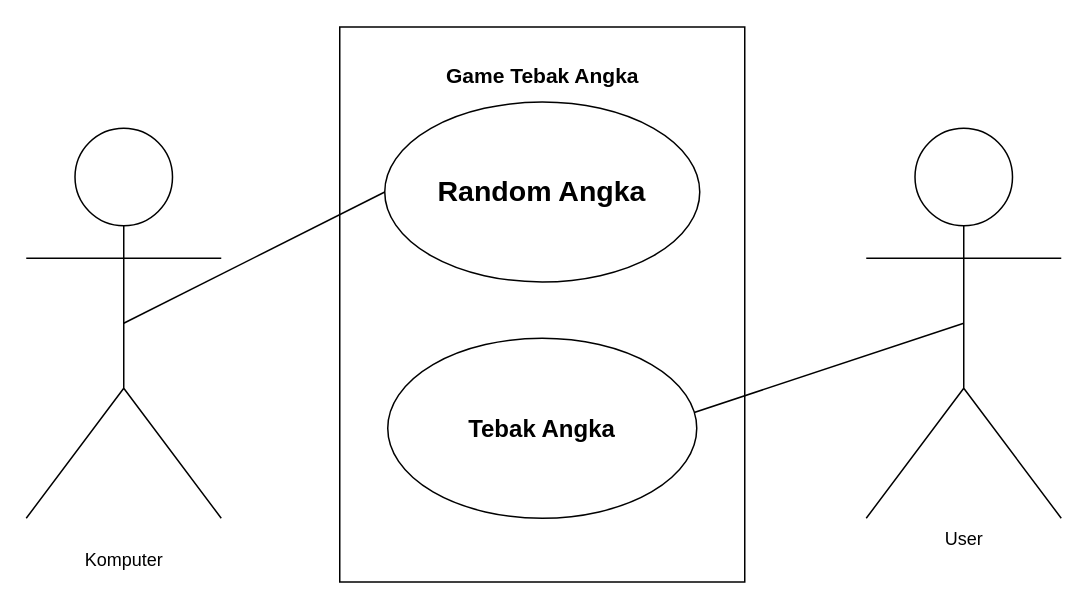
The draw.io diagram use-case.drawio in Ardiansyah05/jobsheet1, before the edit. Source tidied: cells renumbered, new cells numbered last; positions are measured from the earlier drawing's top-left corner, leaving out a move shared by most shapes. Both pictures are drawn from the tidied source at 150%, with x=0, y=0 at pixel (26, 52).
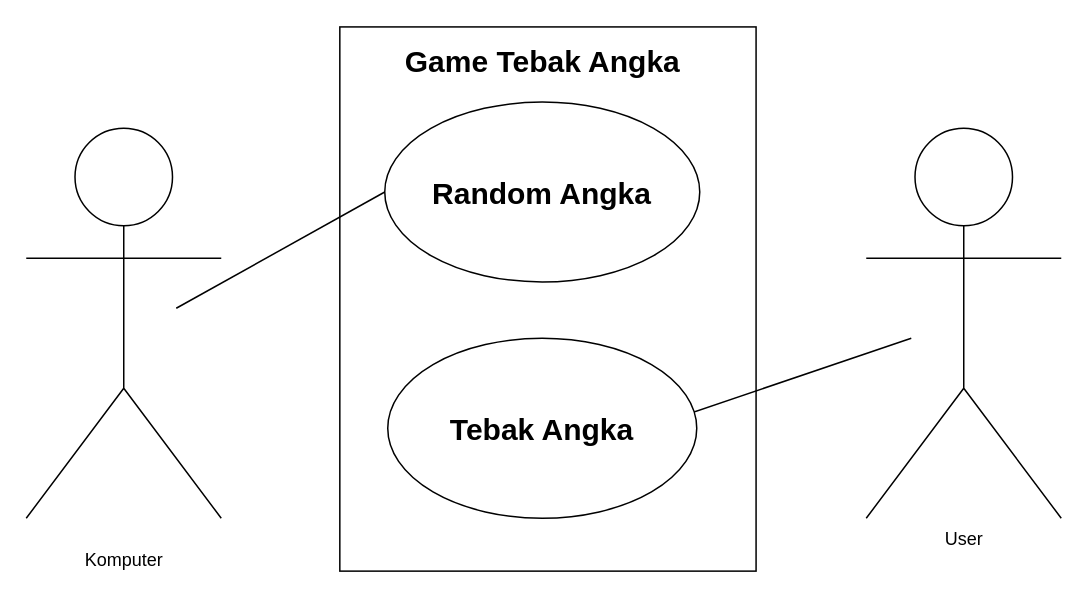
The same diagram, later.

What changed in the source:
```diff
@@
 <mxGraphModel>
   <root>
     <mxCell id="0" />
     <mxCell id="1" parent="0" />
     <mxCell id="2" value="&lt;br&gt;Komputer" style="shape=umlActor;verticalLabelPosition=bottom;verticalAlign=top;html=1;outlineConnect=0;" parent="1" vertex="1">
       <mxGeometry y="50" width="130" height="260" as="geometry" />
     </mxCell>
     <mxCell id="3" style="rounded=0;whiteSpace=wrap;html=1;rotation=-90;shadow=0;glass=0;fillColor=default;strokeColor=default;align=center;" parent="1" vertex="1">
-      <mxGeometry x="159" y="32.5" width="370" height="270" as="geometry" />
+      <mxGeometry x="166.4" y="25.1" width="362.8" height="277.5" as="geometry" />
     </mxCell>
-    <mxCell id="4" value="&lt;b&gt;&lt;font style=&quot;font-size: 19px;&quot;&gt;Random Angka&lt;/font&gt;&lt;/b&gt;" style="ellipse;whiteSpace=wrap;html=1;" parent="1" vertex="1">
+    <mxCell id="4" value="&lt;b&gt;&lt;font style=&quot;font-size: 20px;&quot;&gt;Random Angka&lt;/font&gt;&lt;/b&gt;" style="ellipse;whiteSpace=wrap;html=1;" parent="1" vertex="1">
       <mxGeometry x="239" y="32.5" width="210" height="120" as="geometry" />
     </mxCell>
-    <mxCell id="5" style="endArrow=none;html=1;rounded=0;exitX=0.243;exitY=0.37;exitDx=0;exitDy=0;exitPerimeter=0;entryX=0.5;entryY=0.5;entryDx=0;entryDy=0;entryPerimeter=0;" parent="1" edge="1" target="8">
+    <mxCell id="5" style="endArrow=none;html=1;rounded=0;exitX=0.243;exitY=0.37;exitDx=0;exitDy=0;exitPerimeter=0;" parent="1" edge="1">
       <mxGeometry relative="1" as="geometry">
         <mxPoint x="400" y="254.5" as="sourcePoint" />
+        <mxPoint x="590" y="190" as="targetPoint" />
       </mxGeometry>
     </mxCell>
-    <mxCell id="6" value="&lt;b&gt;&lt;font style=&quot;font-size: 16px;&quot;&gt;Tebak Angka&lt;/font&gt;&lt;/b&gt;" style="ellipse;whiteSpace=wrap;html=1;" parent="1" vertex="1">
+    <mxCell id="6" value="&lt;b&gt;&lt;font style=&quot;font-size: 20px;&quot;&gt;Tebak Angka&lt;/font&gt;&lt;/b&gt;" style="ellipse;whiteSpace=wrap;html=1;" parent="1" vertex="1">
       <mxGeometry x="241" y="190" width="206" height="120" as="geometry" />
     </mxCell>
-    <mxCell id="7" value="Game Tebak Angka" style="text;html=1;align=center;verticalAlign=middle;strokeColor=none;fillColor=none;fontStyle=1;fontSize=14;" parent="1" vertex="1">
-      <mxGeometry x="269" width="150" height="30" as="geometry" />
+    <mxCell id="7" value="Game Tebak Angka" style="text;html=1;align=center;verticalAlign=middle;strokeColor=none;fillColor=none;fontStyle=1;fontSize=20;" parent="1" vertex="1">
+      <mxGeometry x="239" y="-15" width="210" height="40" as="geometry" />
     </mxCell>
     <mxCell id="8" value="User" style="shape=umlActor;verticalLabelPosition=bottom;verticalAlign=top;html=1;outlineConnect=0;" parent="1" vertex="1">
       <mxGeometry x="560" y="50" width="130" height="260" as="geometry" />
     </mxCell>
-    <mxCell id="9" style="endArrow=none;html=1;rounded=0;entryX=0;entryY=0.5;entryDx=0;entryDy=0;exitX=0.5;exitY=0.5;exitDx=0;exitDy=0;exitPerimeter=0;" parent="1" edge="1" source="2" target="4">
-      <mxGeometry relative="1" as="geometry" />
+    <mxCell id="9" style="endArrow=none;html=1;rounded=0;entryX=0;entryY=0.5;entryDx=0;entryDy=0;" parent="1" edge="1" target="4">
+      <mxGeometry relative="1" as="geometry">
+        <mxPoint x="100" y="170" as="sourcePoint" />
+      </mxGeometry>
     </mxCell>
   </root>
 </mxGraphModel>
```
